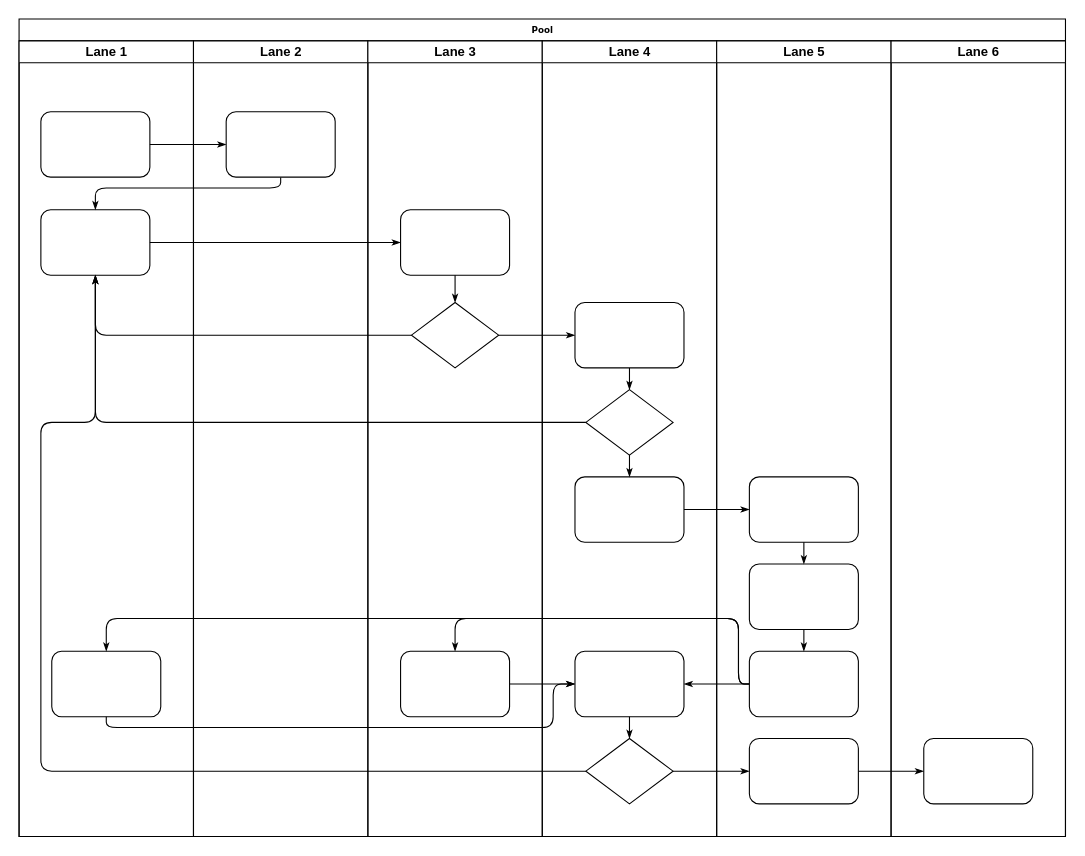
Earlier version of the draw.io diagram 业务授权流程.drawio (XiaoTaoT/test). Source tidied: cells renumbered, new cells numbered last; positions are measured from the earlier drawing's top-left corner, leaving out a move shared by most shapes. Both pictures are drawn from the tidied source at 109%, with x=0, y=0 at pixel (19, 19).
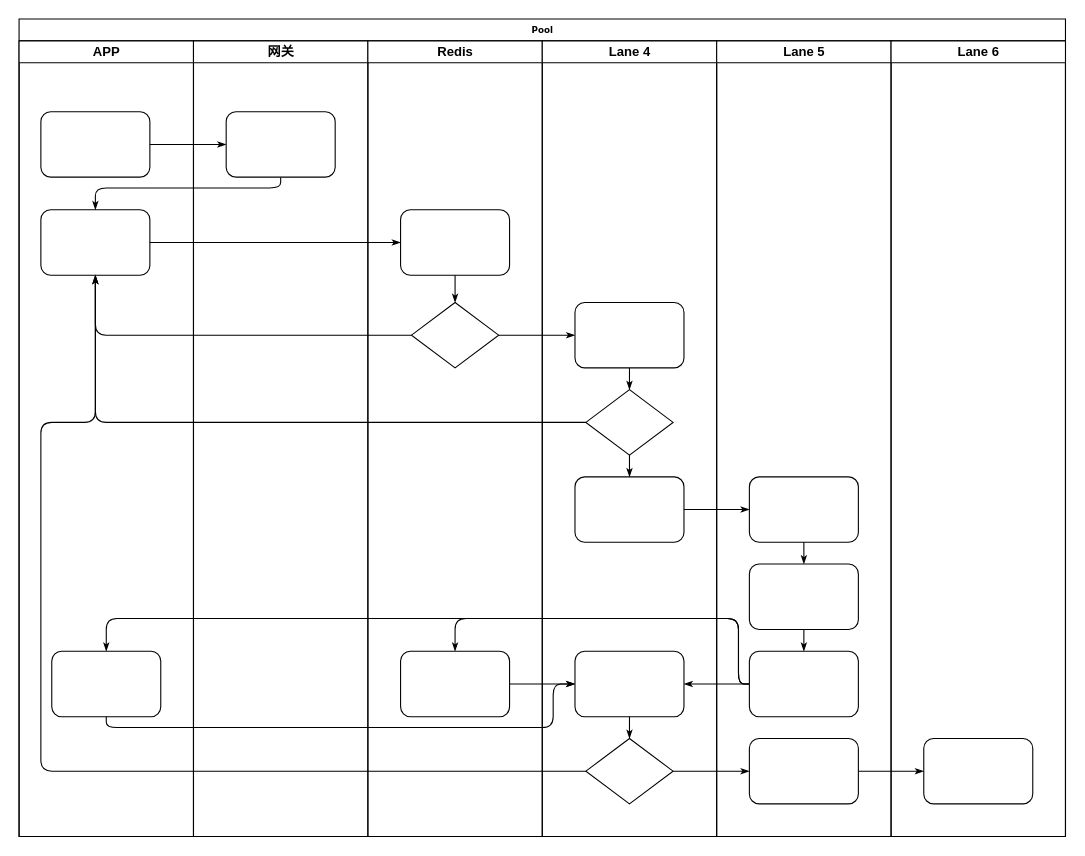
After the change.

Commit message (it also covers changes not shown here):
更新业务授权流程.drawio

Unchanged cells that the change refers to:
```xml
<mxCell id="2" value="Pool" style="swimlane;html=1;startSize=20;rounded=0;shadow=0;labelBackgroundColor=none;strokeWidth=1;fontFamily=Verdana;fontSize=8;align=center;" parent="1" vertex="1">
  <mxGeometry width="960" height="750" as="geometry" />
</mxCell>
```

Diff of the diagram source:
```diff
@@
-    <mxCell id="3" value="Lane 1" style="swimlane;html=1;startSize=20;" parent="2" vertex="1">
+    <mxCell id="3" value="APP" style="swimlane;html=1;startSize=20;" parent="2" vertex="1">
       <mxGeometry y="20" width="160" height="730" as="geometry" />
     </mxCell>
@@
-    <mxCell id="22" value="Lane 2" style="swimlane;html=1;startSize=20;" parent="2" vertex="1">
+    <mxCell id="22" value="网关" style="swimlane;html=1;startSize=20;" parent="2" vertex="1">
       <mxGeometry x="160" y="20" width="160" height="730" as="geometry" />
     </mxCell>
@@
-    <mxCell id="24" value="Lane 3" style="swimlane;html=1;startSize=20;" parent="2" vertex="1">
+    <mxCell id="24" value="Redis" style="swimlane;html=1;startSize=20;" parent="2" vertex="1">
       <mxGeometry x="320" y="20" width="160" height="730" as="geometry" />
     </mxCell>
```
